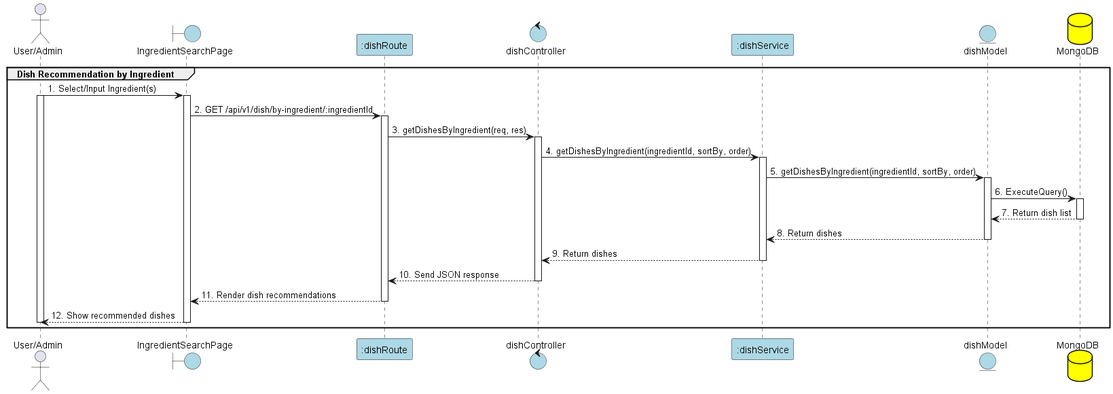
The PlantUML diagram out/PlanUML/new/UC-30_dishRecommendationByIngredient/DishRecommendationByIngredient.png in Aohkne/CaloCook, before a commit. The source it was exported from:
```plantuml
@startuml DishRecommendationByIngredient

actor "User/Admin" as User
boundary "IngredientSearchPage" as View #lightblue
participant ":dishRoute" as Route #lightblue
control "dishController" as Controller #lightblue
participant ":dishService" as Service #lightblue
entity "dishModel" as Model #lightblue
database "MongoDB" as MongoDB #yellow

group Dish Recommendation by Ingredient
User -> View: 1. Select/Input Ingredient(s)
activate View
activate User

View -> Route: 2. GET /api/v1/dish/by-ingredient/:ingredientId
activate Route

Route -> Controller: 3. getDishesByIngredient(req, res)
activate Controller

Controller -> Service: 4. getDishesByIngredient(ingredientId, sortBy, order)
activate Service

Service -> Model: 5. getDishesByIngredient(ingredientId, sortBy, order)
activate Model

Model -> MongoDB: 6. ExecuteQuery()
activate MongoDB

MongoDB --> Model: 7. Return dish list
deactivate MongoDB

Model --> Service: 8. Return dishes
deactivate Model

Service --> Controller: 9. Return dishes
deactivate Service

Controller --> Route: 10. Send JSON response
deactivate Controller

Route --> View: 11. Render dish recommendations
deactivate Route

View --> User: 12. Show recommended dishes
deactivate View
deactivate User

end

@enduml
```
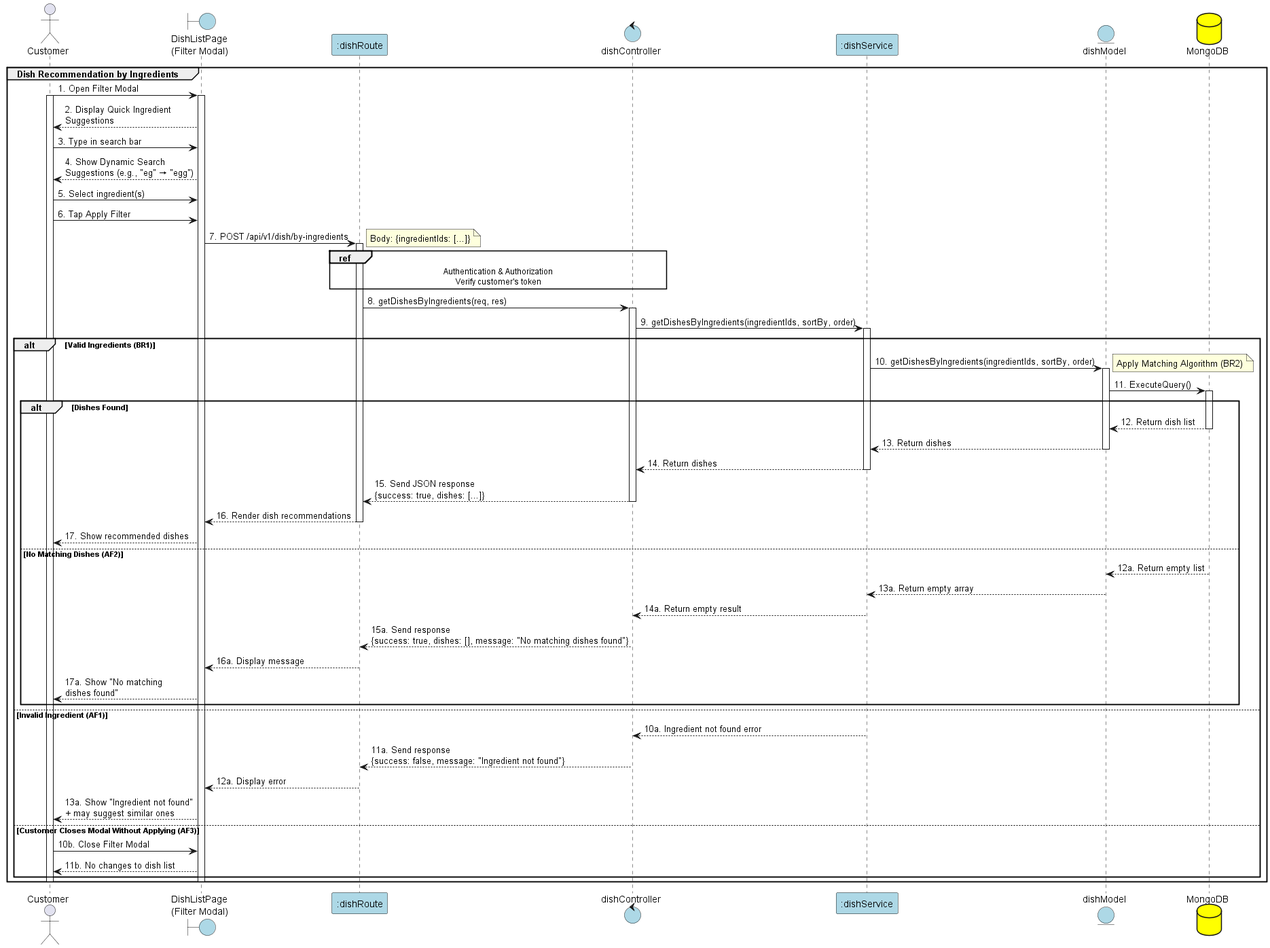
After the change.

Commit message:
chore(*): fix dish and dishdetail

What changed in the source:
```diff
@@ -1,49 +1,110 @@
 @startuml DishRecommendationByIngredient
 
-actor "User/Admin" as User
-boundary "IngredientSearchPage" as View #lightblue
+actor "Customer" as User
+boundary "DishListPage\n(Filter Modal)" as View #lightblue
 participant ":dishRoute" as Route #lightblue
 control "dishController" as Controller #lightblue
 participant ":dishService" as Service #lightblue
 entity "dishModel" as Model #lightblue
 database "MongoDB" as MongoDB #yellow
 
-group Dish Recommendation by Ingredient
-User -> View: 1. Select/Input Ingredient(s)
+group Dish Recommendation by Ingredients
+
+User -> View: 1. Open Filter Modal
 activate View
 activate User
 
-View -> Route: 2. GET /api/v1/dish/by-ingredient/:ingredientId
+View --> User: 2. Display Quick Ingredient\nSuggestions
+
+User -> View: 3. Type in search bar
+
+View --> User: 4. Show Dynamic Search\nSuggestions (e.g., "eg" → "egg")
+
+User -> View: 5. Select ingredient(s)
+
+User -> View: 6. Tap Apply Filter
+
+View -> Route: 7. POST /api/v1/dish/by-ingredients
 activate Route
+note right: Body: {ingredientIds: [...]}
 
-Route -> Controller: 3. getDishesByIngredient(req, res)
+ref over Route, Controller
+Authentication & Authorization
+Verify customer's token
+end ref
+
+Route -> Controller: 8. getDishesByIngredients(req, res)
 activate Controller
 
-Controller -> Service: 4. getDishesByIngredient(ingredientId, sortBy, order)
+Controller -> Service: 9. getDishesByIngredients(ingredientIds, sortBy, order)
 activate Service
 
-Service -> Model: 5. getDishesByIngredient(ingredientId, sortBy, order)
-activate Model
+alt Valid Ingredients (BR1)
+    Service -> Model: 10. getDishesByIngredients(ingredientIds, sortBy, order)
+    activate Model
+    note right: Apply Matching Algorithm (BR2)
 
-Model -> MongoDB: 6. ExecuteQuery()
-activate MongoDB
+    Model -> MongoDB: 11. ExecuteQuery()
+    activate MongoDB
 
-MongoDB --> Model: 7. Return dish list
-deactivate MongoDB
+    alt Dishes Found
+        MongoDB --> Model: 12. Return dish list
+        deactivate MongoDB
 
-Model --> Service: 8. Return dishes
-deactivate Model
+        Model --> Service: 13. Return dishes
+        deactivate Model
 
-Service --> Controller: 9. Return dishes
-deactivate Service
+        Service --> Controller: 14. Return dishes
+        deactivate Service
 
-Controller --> Route: 10. Send JSON response
-deactivate Controller
+        Controller --> Route: 15. Send JSON response\n{success: true, dishes: [...]}
+        deactivate Controller
 
-Route --> View: 11. Render dish recommendations
-deactivate Route
+        Route --> View: 16. Render dish recommendations
+        deactivate Route
 
-View --> User: 12. Show recommended dishes
+        View --> User: 17. Show recommended dishes
+
+    else No Matching Dishes (AF2)
+        MongoDB --> Model: 12a. Return empty list
+        deactivate MongoDB
+
+        Model --> Service: 13a. Return empty array
+        deactivate Model
+
+        Service --> Controller: 14a. Return empty result
+        deactivate Service
+
+        Controller --> Route: 15a. Send response\n{success: true, dishes: [], message: "No matching dishes found"}
+        deactivate Controller
+
+        Route --> View: 16a. Display message
+        deactivate Route
+
+        View --> User: 17a. Show "No matching\ndishes found"
+    end
+
+else Invalid Ingredient (AF1)
+    Service --> Controller: 10a. Ingredient not found error
+    deactivate Service
+
+    Controller --> Route: 11a. Send response\n{success: false, message: "Ingredient not found"}
+    deactivate Controller
+
+    Route --> View: 12a. Display error
+    deactivate Route
+
+    View --> User: 13a. Show "Ingredient not found"\n+ may suggest similar ones
+
+else Customer Closes Modal Without Applying (AF3)
+    User -> View: 10b. Close Filter Modal
+    deactivate Service
+    deactivate Controller
+    deactivate Route
+
+    View --> User: 11b. No changes to dish list
+end
+
 deactivate View
 deactivate User
 
```
